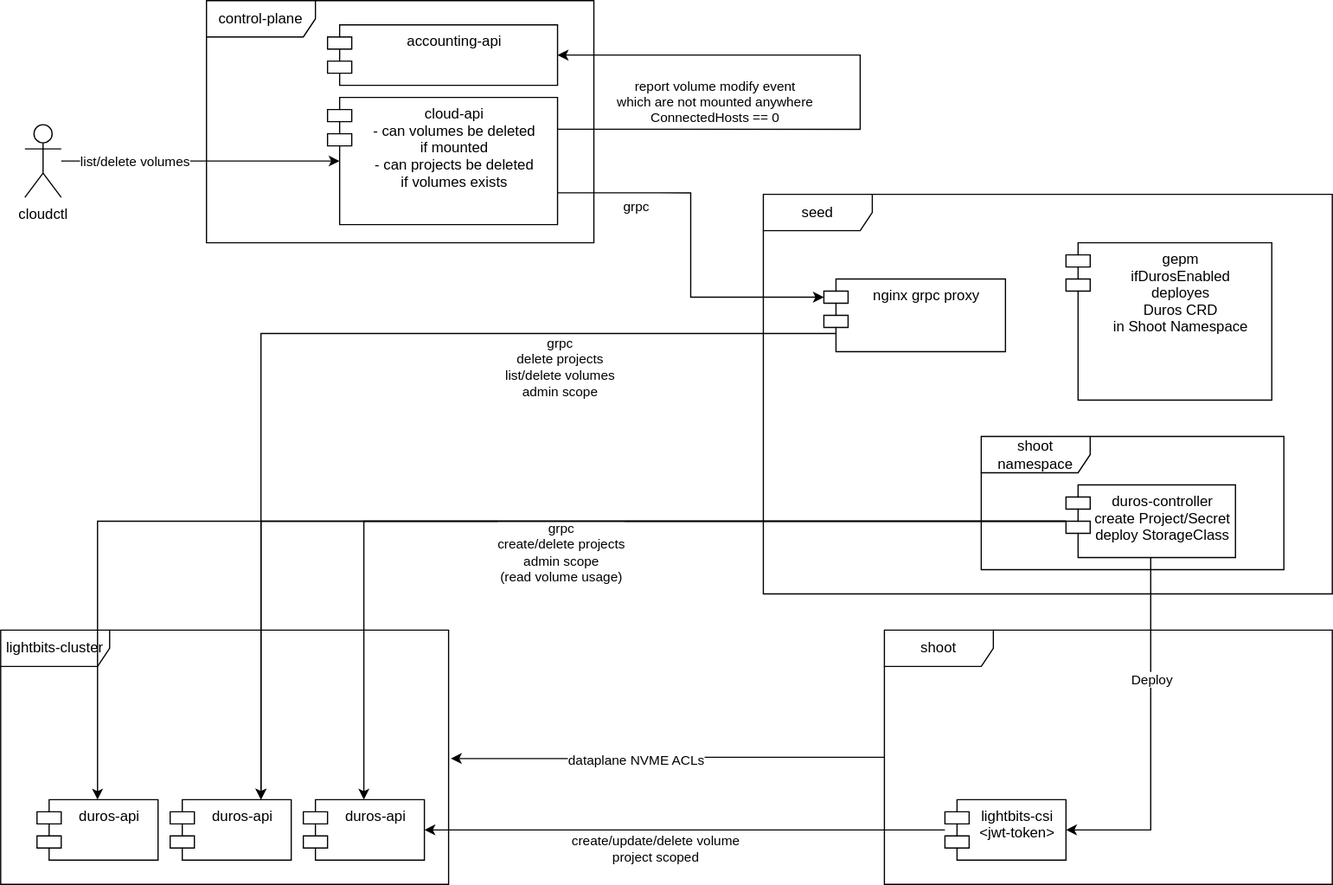
Before: architecture.drawio.svg, a diagram exported from draw.io (metal-stack/duros-controller). Source tidied: cells renumbered, new cells last; positions are measured from the earlier drawing's top-left corner, leaving out a move shared by most shapes.
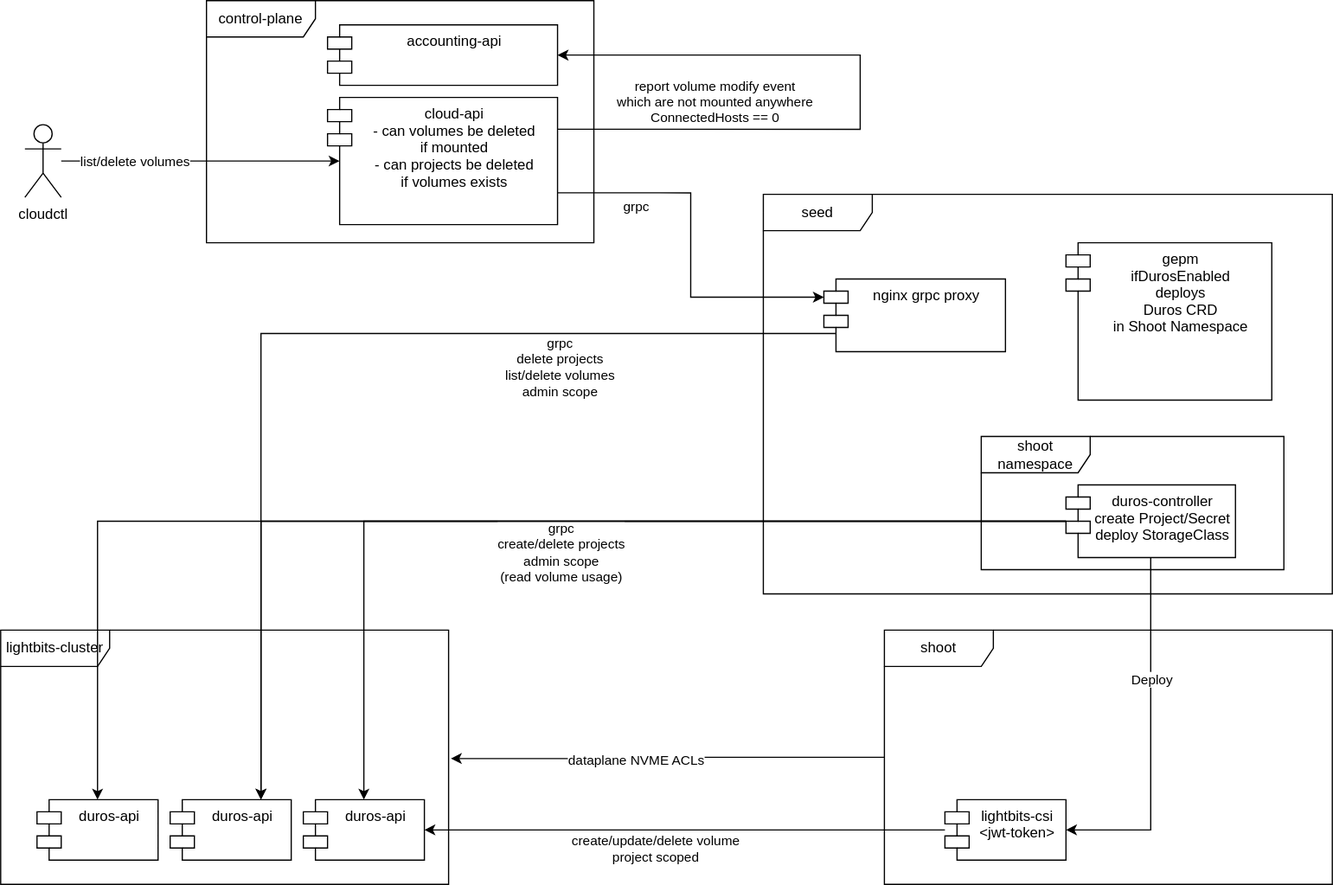
The same file after the commit.

Commit message:
Update lb-csi and duros-go (#85)

What changed in the source:
```diff
@@ -93,7 +93,7 @@
     <mxCell id="28" value="lightbits-csi&#10;&lt;jwt-token&gt;" style="shape=module;align=left;spacingLeft=20;align=center;verticalAlign=top;" parent="1" vertex="1">
       <mxGeometry x="780" y="660" width="100" height="50" as="geometry" />
     </mxCell>
-    <mxCell id="29" value="gepm&#10;ifDurosEnabled&#10;deployes&#10;Duros CRD &#10;in Shoot Namespace" style="shape=module;align=left;spacingLeft=20;align=center;verticalAlign=top;" parent="1" vertex="1">
+    <mxCell id="29" value="gepm&#10;ifDurosEnabled&#10;deploys&#10;Duros CRD &#10;in Shoot Namespace" style="shape=module;align=left;spacingLeft=20;align=center;verticalAlign=top;" parent="1" vertex="1">
       <mxGeometry x="880" y="200" width="170" height="130" as="geometry" />
     </mxCell>
     <mxCell id="30" style="edgeStyle=orthogonalEdgeStyle;rounded=0;jettySize=auto;html=1;entryX=0.75;entryY=0;entryDx=0;entryDy=0;exitX=0;exitY=0.75;exitDx=10;exitDy=0;exitPerimeter=0;" parent="1" edge="1" source="33" target="13">
```
